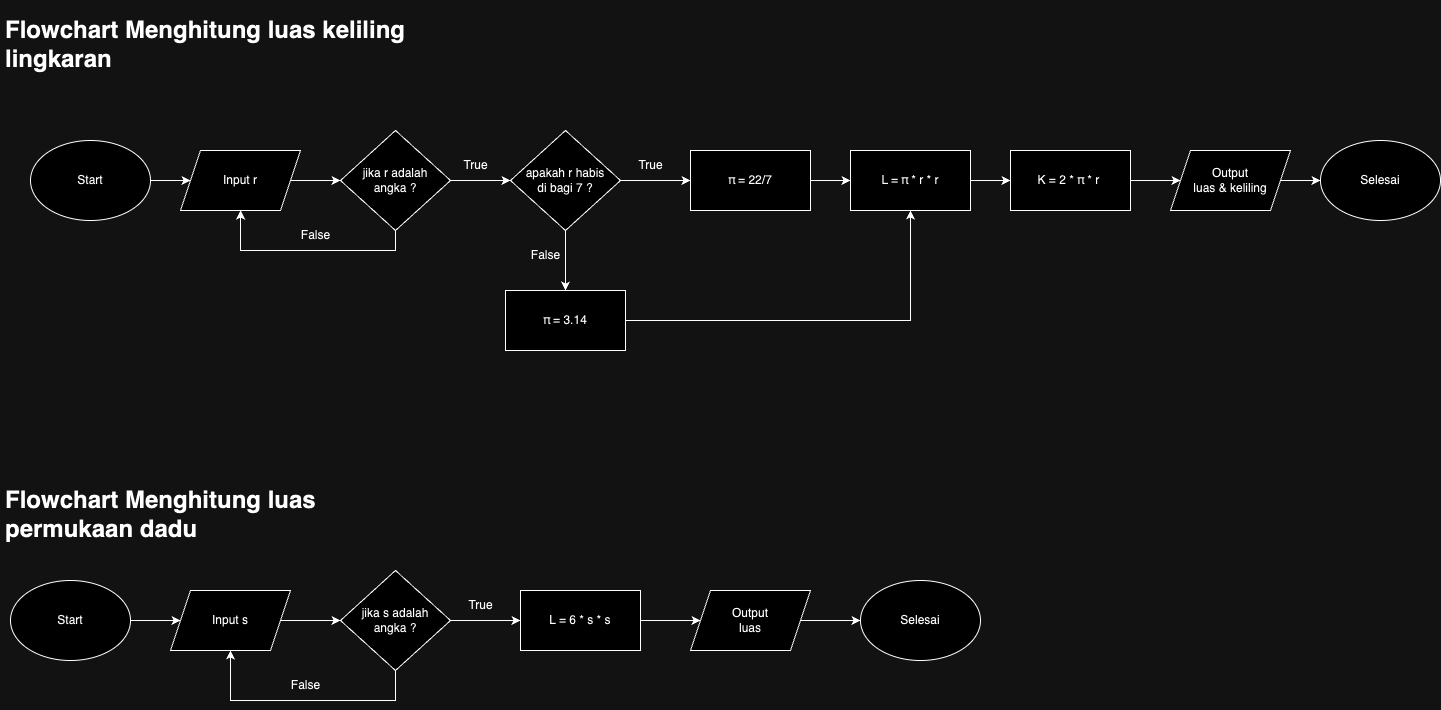
putragabrielll/fwg17-computer-science keeps this draw.io diagram as 5 Flowchart menghitung lingkaran & dadu.drawio.png. Above is the earlier version. Source tidied: cells renumbered, new cells last; positions are measured from the earlier drawing's top-left corner, leaving out a move shared by most shapes. The source it was exported from:
```xml
<mxGraphModel>
  <root>
    <mxCell id="0" />
    <mxCell id="1" parent="0" />
    <mxCell id="2" value="&lt;h1&gt;&lt;span style=&quot;background-color: initial;&quot;&gt;Flowchart Menghitung luas keliling lingkaran&lt;/span&gt;&lt;/h1&gt;" style="text;html=1;strokeColor=none;fillColor=none;spacing=5;spacingTop=-20;whiteSpace=wrap;overflow=hidden;rounded=0;align=left;" parent="1" vertex="1">
      <mxGeometry width="440" height="70" as="geometry" />
    </mxCell>
    <mxCell id="3" style="edgeStyle=orthogonalEdgeStyle;rounded=0;jettySize=auto;html=1;entryX=0;entryY=0.5;entryDx=0;entryDy=0;" parent="1" edge="1" source="4" target="6">
      <mxGeometry relative="1" as="geometry" />
    </mxCell>
    <mxCell id="4" value="Start" style="ellipse;whiteSpace=wrap;html=1;" parent="1" vertex="1">
      <mxGeometry x="30" y="130" width="120" height="80" as="geometry" />
    </mxCell>
    <mxCell id="5" style="edgeStyle=orthogonalEdgeStyle;rounded=0;jettySize=auto;html=1;entryX=0;entryY=0.5;entryDx=0;entryDy=0;" parent="1" edge="1" source="6" target="9">
      <mxGeometry relative="1" as="geometry" />
    </mxCell>
    <mxCell id="6" value="Input r" style="shape=parallelogram;perimeter=parallelogramPerimeter;whiteSpace=wrap;html=1;fixedSize=1;" parent="1" vertex="1">
      <mxGeometry x="180" y="140" width="120" height="60" as="geometry" />
    </mxCell>
    <mxCell id="7" style="edgeStyle=orthogonalEdgeStyle;rounded=0;jettySize=auto;html=1;" parent="1" edge="1" source="9" target="6">
      <mxGeometry relative="1" as="geometry">
        <Array as="points">
          <mxPoint x="395" y="240" />
          <mxPoint x="240" y="240" />
        </Array>
      </mxGeometry>
    </mxCell>
    <mxCell id="8" style="edgeStyle=orthogonalEdgeStyle;rounded=0;jettySize=auto;html=1;entryX=0;entryY=0.5;entryDx=0;entryDy=0;" parent="1" edge="1" source="9" target="15">
      <mxGeometry relative="1" as="geometry" />
    </mxCell>
    <mxCell id="9" value="jika r adalah &lt;br&gt;angka ?" style="rhombus;whiteSpace=wrap;html=1;" parent="1" vertex="1">
      <mxGeometry x="340" y="120" width="110" height="100" as="geometry" />
    </mxCell>
    <mxCell id="10" value="False" style="text;html=1;align=center;verticalAlign=middle;strokeColor=none;fillColor=none;" parent="1" vertex="1">
      <mxGeometry x="290" y="210" width="50" height="30" as="geometry" />
    </mxCell>
    <mxCell id="11" style="edgeStyle=orthogonalEdgeStyle;rounded=0;jettySize=auto;html=1;entryX=0;entryY=0.5;entryDx=0;entryDy=0;" parent="1" edge="1" source="12" target="22">
      <mxGeometry relative="1" as="geometry" />
    </mxCell>
    <mxCell id="12" value="π = 22/7" style="rounded=0;whiteSpace=wrap;html=1;" parent="1" vertex="1">
      <mxGeometry x="690" y="140" width="120" height="60" as="geometry" />
    </mxCell>
    <mxCell id="13" style="edgeStyle=orthogonalEdgeStyle;rounded=0;jettySize=auto;html=1;entryX=0.5;entryY=0;entryDx=0;entryDy=0;" parent="1" edge="1" source="15" target="18">
      <mxGeometry relative="1" as="geometry" />
    </mxCell>
    <mxCell id="14" style="edgeStyle=orthogonalEdgeStyle;rounded=0;jettySize=auto;html=1;entryX=0;entryY=0.5;entryDx=0;entryDy=0;" parent="1" edge="1" source="15" target="12">
      <mxGeometry relative="1" as="geometry" />
    </mxCell>
    <mxCell id="15" value="apakah r habis &lt;br&gt;di bagi 7 ?" style="rhombus;whiteSpace=wrap;html=1;" parent="1" vertex="1">
      <mxGeometry x="510" y="120" width="110" height="100" as="geometry" />
    </mxCell>
    <mxCell id="16" value="True" style="text;html=1;align=center;verticalAlign=middle;strokeColor=none;fillColor=none;" parent="1" vertex="1">
      <mxGeometry x="450" y="140" width="50" height="30" as="geometry" />
    </mxCell>
    <mxCell id="17" style="edgeStyle=orthogonalEdgeStyle;rounded=0;jettySize=auto;html=1;entryX=0.5;entryY=1;entryDx=0;entryDy=0;" parent="1" edge="1" source="18" target="22">
      <mxGeometry relative="1" as="geometry" />
    </mxCell>
    <mxCell id="18" value="π = 3.14" style="rounded=0;whiteSpace=wrap;html=1;" parent="1" vertex="1">
      <mxGeometry x="505" y="280" width="120" height="60" as="geometry" />
    </mxCell>
    <mxCell id="19" value="True" style="text;html=1;align=center;verticalAlign=middle;strokeColor=none;fillColor=none;" parent="1" vertex="1">
      <mxGeometry x="625" y="140" width="50" height="30" as="geometry" />
    </mxCell>
    <mxCell id="20" value="False" style="text;html=1;align=center;verticalAlign=middle;strokeColor=none;fillColor=none;" parent="1" vertex="1">
      <mxGeometry x="520" y="230" width="50" height="30" as="geometry" />
    </mxCell>
    <mxCell id="21" style="edgeStyle=orthogonalEdgeStyle;rounded=0;jettySize=auto;html=1;entryX=0;entryY=0.5;entryDx=0;entryDy=0;" parent="1" edge="1" source="22" target="24">
      <mxGeometry relative="1" as="geometry" />
    </mxCell>
    <mxCell id="22" value="L = π * r * r" style="rounded=0;whiteSpace=wrap;html=1;" parent="1" vertex="1">
      <mxGeometry x="850" y="140" width="120" height="60" as="geometry" />
    </mxCell>
    <mxCell id="23" style="edgeStyle=orthogonalEdgeStyle;rounded=0;jettySize=auto;html=1;" parent="1" edge="1" source="24">
      <mxGeometry relative="1" as="geometry">
        <mxPoint x="1180" y="170" as="targetPoint" />
      </mxGeometry>
    </mxCell>
    <mxCell id="24" value="K = 2 * π * r&amp;nbsp;" style="rounded=0;whiteSpace=wrap;html=1;" parent="1" vertex="1">
      <mxGeometry x="1010" y="140" width="120" height="60" as="geometry" />
    </mxCell>
    <mxCell id="25" style="edgeStyle=orthogonalEdgeStyle;rounded=0;jettySize=auto;html=1;entryX=0;entryY=0.5;entryDx=0;entryDy=0;" parent="1" edge="1" source="26" target="27">
      <mxGeometry relative="1" as="geometry" />
    </mxCell>
    <mxCell id="26" value="Output &lt;br&gt;luas &amp;amp; keliling" style="shape=parallelogram;perimeter=parallelogramPerimeter;whiteSpace=wrap;html=1;fixedSize=1;" parent="1" vertex="1">
      <mxGeometry x="1170" y="140" width="120" height="60" as="geometry" />
    </mxCell>
    <mxCell id="27" value="Selesai" style="ellipse;whiteSpace=wrap;html=1;" parent="1" vertex="1">
      <mxGeometry x="1320" y="130" width="120" height="80" as="geometry" />
    </mxCell>
    <mxCell id="28" value="&lt;h1&gt;&lt;span style=&quot;background-color: initial;&quot;&gt;Flowchart Menghitung luas permukaan dadu&lt;/span&gt;&lt;/h1&gt;" style="text;html=1;strokeColor=none;fillColor=none;spacing=5;spacingTop=-20;whiteSpace=wrap;overflow=hidden;rounded=0;align=left;" parent="1" vertex="1">
      <mxGeometry y="470" width="440" height="70" as="geometry" />
    </mxCell>
    <mxCell id="29" style="edgeStyle=orthogonalEdgeStyle;rounded=0;jettySize=auto;html=1;entryX=0;entryY=0.5;entryDx=0;entryDy=0;" parent="1" edge="1" source="30" target="32">
      <mxGeometry relative="1" as="geometry" />
    </mxCell>
    <mxCell id="30" value="Start" style="ellipse;whiteSpace=wrap;html=1;" parent="1" vertex="1">
      <mxGeometry x="10" y="570" width="120" height="80" as="geometry" />
    </mxCell>
    <mxCell id="31" style="edgeStyle=orthogonalEdgeStyle;rounded=0;jettySize=auto;html=1;entryX=0;entryY=0.5;entryDx=0;entryDy=0;" parent="1" edge="1" source="32" target="35">
      <mxGeometry relative="1" as="geometry" />
    </mxCell>
    <mxCell id="32" value="Input s" style="shape=parallelogram;perimeter=parallelogramPerimeter;whiteSpace=wrap;html=1;fixedSize=1;" parent="1" vertex="1">
      <mxGeometry x="170" y="580" width="120" height="60" as="geometry" />
    </mxCell>
    <mxCell id="33" style="edgeStyle=orthogonalEdgeStyle;rounded=0;jettySize=auto;html=1;entryX=0.5;entryY=1;entryDx=0;entryDy=0;" parent="1" edge="1" source="35" target="32">
      <mxGeometry relative="1" as="geometry">
        <Array as="points">
          <mxPoint x="395" y="690" />
          <mxPoint x="230" y="690" />
        </Array>
      </mxGeometry>
    </mxCell>
    <mxCell id="34" style="edgeStyle=orthogonalEdgeStyle;rounded=0;jettySize=auto;html=1;entryX=0;entryY=0.5;entryDx=0;entryDy=0;" parent="1" edge="1" source="35" target="41">
      <mxGeometry relative="1" as="geometry" />
    </mxCell>
    <mxCell id="35" value="jika s adalah &lt;br&gt;angka ?" style="rhombus;whiteSpace=wrap;html=1;" parent="1" vertex="1">
      <mxGeometry x="340" y="560" width="110" height="100" as="geometry" />
    </mxCell>
    <mxCell id="36" value="False" style="text;html=1;align=center;verticalAlign=middle;strokeColor=none;fillColor=none;" parent="1" vertex="1">
      <mxGeometry x="280" y="660" width="50" height="30" as="geometry" />
    </mxCell>
    <mxCell id="37" style="edgeStyle=orthogonalEdgeStyle;rounded=0;jettySize=auto;html=1;entryX=0;entryY=0.5;entryDx=0;entryDy=0;" parent="1" edge="1" source="38" target="39">
      <mxGeometry relative="1" as="geometry" />
    </mxCell>
    <mxCell id="38" value="Output &lt;br&gt;luas" style="shape=parallelogram;perimeter=parallelogramPerimeter;whiteSpace=wrap;html=1;fixedSize=1;" parent="1" vertex="1">
      <mxGeometry x="690" y="580" width="120" height="60" as="geometry" />
    </mxCell>
    <mxCell id="39" value="Selesai" style="ellipse;whiteSpace=wrap;html=1;" parent="1" vertex="1">
      <mxGeometry x="860" y="570" width="120" height="80" as="geometry" />
    </mxCell>
    <mxCell id="40" style="edgeStyle=orthogonalEdgeStyle;rounded=0;jettySize=auto;html=1;entryX=0;entryY=0.5;entryDx=0;entryDy=0;" parent="1" edge="1" source="41" target="38">
      <mxGeometry relative="1" as="geometry" />
    </mxCell>
    <mxCell id="41" value="L = 6 * s * s" style="rounded=0;whiteSpace=wrap;html=1;" parent="1" vertex="1">
      <mxGeometry x="520" y="580" width="120" height="60" as="geometry" />
    </mxCell>
    <mxCell id="42" value="True" style="text;html=1;align=center;verticalAlign=middle;strokeColor=none;fillColor=none;" parent="1" vertex="1">
      <mxGeometry x="455" y="580" width="50" height="30" as="geometry" />
    </mxCell>
  </root>
</mxGraphModel>
```
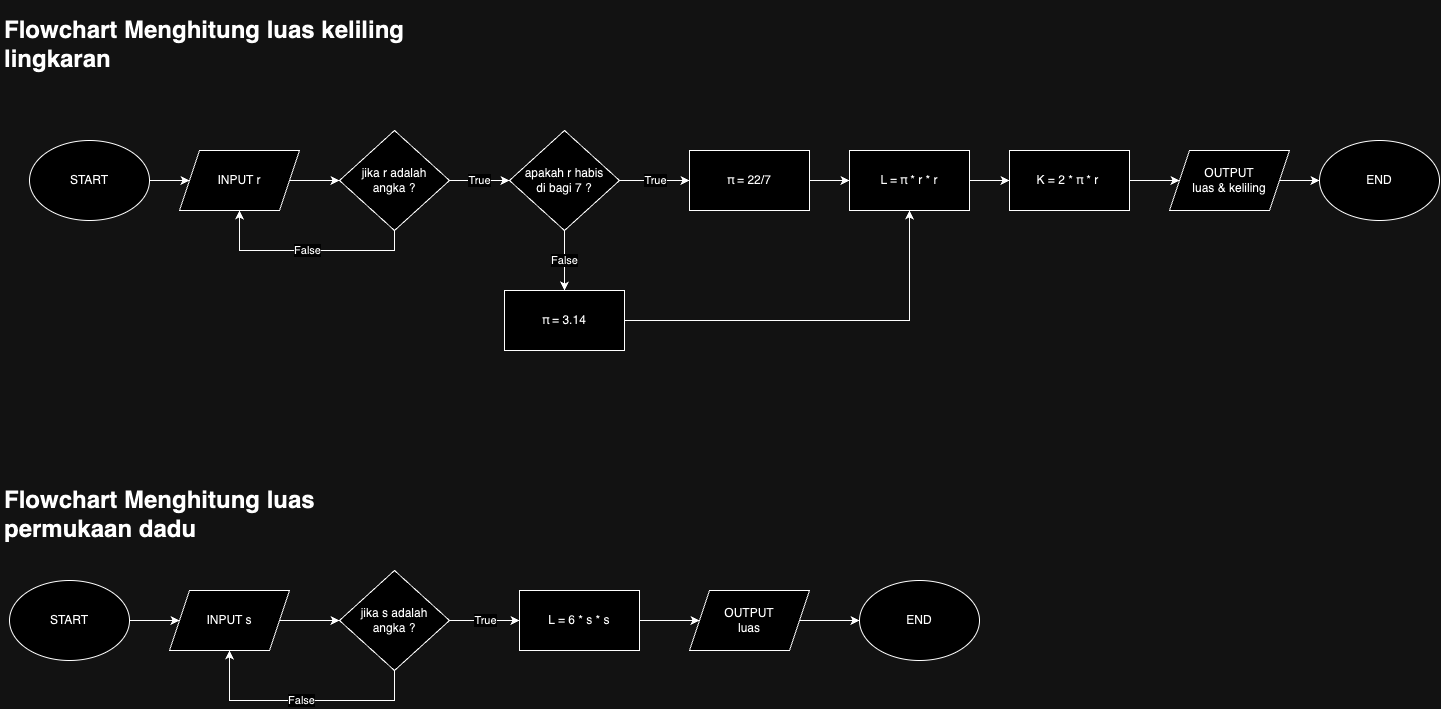
Above is the later version.

The edit, as a diff of the source:
```diff
@@ -8,16 +8,16 @@
     <mxCell id="3" style="edgeStyle=orthogonalEdgeStyle;rounded=0;jettySize=auto;html=1;entryX=0;entryY=0.5;entryDx=0;entryDy=0;" parent="1" edge="1" source="4" target="6">
       <mxGeometry relative="1" as="geometry" />
     </mxCell>
-    <mxCell id="4" value="Start" style="ellipse;whiteSpace=wrap;html=1;" parent="1" vertex="1">
+    <mxCell id="4" value="START" style="ellipse;whiteSpace=wrap;html=1;" parent="1" vertex="1">
       <mxGeometry x="30" y="130" width="120" height="80" as="geometry" />
     </mxCell>
     <mxCell id="5" style="edgeStyle=orthogonalEdgeStyle;rounded=0;jettySize=auto;html=1;entryX=0;entryY=0.5;entryDx=0;entryDy=0;" parent="1" edge="1" source="6" target="9">
       <mxGeometry relative="1" as="geometry" />
     </mxCell>
-    <mxCell id="6" value="Input r" style="shape=parallelogram;perimeter=parallelogramPerimeter;whiteSpace=wrap;html=1;fixedSize=1;" parent="1" vertex="1">
+    <mxCell id="6" value="INPUT r" style="shape=parallelogram;perimeter=parallelogramPerimeter;whiteSpace=wrap;html=1;fixedSize=1;" parent="1" vertex="1">
       <mxGeometry x="180" y="140" width="120" height="60" as="geometry" />
     </mxCell>
-    <mxCell id="7" style="edgeStyle=orthogonalEdgeStyle;rounded=0;jettySize=auto;html=1;" parent="1" edge="1" source="9" target="6">
+    <mxCell id="7" value="False" style="edgeStyle=orthogonalEdgeStyle;rounded=0;jettySize=auto;html=1;" parent="1" edge="1" source="9" target="6">
       <mxGeometry relative="1" as="geometry">
         <Array as="points">
           <mxPoint x="395" y="240" />
@@ -25,45 +25,33 @@
         </Array>
       </mxGeometry>
     </mxCell>
-    <mxCell id="8" style="edgeStyle=orthogonalEdgeStyle;rounded=0;jettySize=auto;html=1;entryX=0;entryY=0.5;entryDx=0;entryDy=0;" parent="1" edge="1" source="9" target="15">
+    <mxCell id="8" value="True" style="edgeStyle=orthogonalEdgeStyle;rounded=0;jettySize=auto;html=1;entryX=0;entryY=0.5;entryDx=0;entryDy=0;" parent="1" edge="1" source="9" target="15">
       <mxGeometry relative="1" as="geometry" />
     </mxCell>
     <mxCell id="9" value="jika r adalah &lt;br&gt;angka ?" style="rhombus;whiteSpace=wrap;html=1;" parent="1" vertex="1">
       <mxGeometry x="340" y="120" width="110" height="100" as="geometry" />
     </mxCell>
-    <mxCell id="10" value="False" style="text;html=1;align=center;verticalAlign=middle;strokeColor=none;fillColor=none;" parent="1" vertex="1">
-      <mxGeometry x="290" y="210" width="50" height="30" as="geometry" />
-    </mxCell>
     <mxCell id="11" style="edgeStyle=orthogonalEdgeStyle;rounded=0;jettySize=auto;html=1;entryX=0;entryY=0.5;entryDx=0;entryDy=0;" parent="1" edge="1" source="12" target="22">
       <mxGeometry relative="1" as="geometry" />
     </mxCell>
     <mxCell id="12" value="π = 22/7" style="rounded=0;whiteSpace=wrap;html=1;" parent="1" vertex="1">
       <mxGeometry x="690" y="140" width="120" height="60" as="geometry" />
     </mxCell>
-    <mxCell id="13" style="edgeStyle=orthogonalEdgeStyle;rounded=0;jettySize=auto;html=1;entryX=0.5;entryY=0;entryDx=0;entryDy=0;" parent="1" edge="1" source="15" target="18">
+    <mxCell id="13" value="False" style="edgeStyle=orthogonalEdgeStyle;rounded=0;jettySize=auto;html=1;entryX=0.5;entryY=0;entryDx=0;entryDy=0;" parent="1" edge="1" source="15" target="18">
       <mxGeometry relative="1" as="geometry" />
     </mxCell>
-    <mxCell id="14" style="edgeStyle=orthogonalEdgeStyle;rounded=0;jettySize=auto;html=1;entryX=0;entryY=0.5;entryDx=0;entryDy=0;" parent="1" edge="1" source="15" target="12">
+    <mxCell id="14" value="True" style="edgeStyle=orthogonalEdgeStyle;rounded=0;jettySize=auto;html=1;entryX=0;entryY=0.5;entryDx=0;entryDy=0;" parent="1" edge="1" source="15" target="12">
       <mxGeometry relative="1" as="geometry" />
     </mxCell>
     <mxCell id="15" value="apakah r habis &lt;br&gt;di bagi 7 ?" style="rhombus;whiteSpace=wrap;html=1;" parent="1" vertex="1">
       <mxGeometry x="510" y="120" width="110" height="100" as="geometry" />
     </mxCell>
-    <mxCell id="16" value="True" style="text;html=1;align=center;verticalAlign=middle;strokeColor=none;fillColor=none;" parent="1" vertex="1">
-      <mxGeometry x="450" y="140" width="50" height="30" as="geometry" />
-    </mxCell>
     <mxCell id="17" style="edgeStyle=orthogonalEdgeStyle;rounded=0;jettySize=auto;html=1;entryX=0.5;entryY=1;entryDx=0;entryDy=0;" parent="1" edge="1" source="18" target="22">
       <mxGeometry relative="1" as="geometry" />
     </mxCell>
     <mxCell id="18" value="π = 3.14" style="rounded=0;whiteSpace=wrap;html=1;" parent="1" vertex="1">
       <mxGeometry x="505" y="280" width="120" height="60" as="geometry" />
     </mxCell>
-    <mxCell id="19" value="True" style="text;html=1;align=center;verticalAlign=middle;strokeColor=none;fillColor=none;" parent="1" vertex="1">
-      <mxGeometry x="625" y="140" width="50" height="30" as="geometry" />
-    </mxCell>
-    <mxCell id="20" value="False" style="text;html=1;align=center;verticalAlign=middle;strokeColor=none;fillColor=none;" parent="1" vertex="1">
-      <mxGeometry x="520" y="230" width="50" height="30" as="geometry" />
-    </mxCell>
     <mxCell id="21" style="edgeStyle=orthogonalEdgeStyle;rounded=0;jettySize=auto;html=1;entryX=0;entryY=0.5;entryDx=0;entryDy=0;" parent="1" edge="1" source="22" target="24">
       <mxGeometry relative="1" as="geometry" />
     </mxCell>
@@ -81,10 +69,10 @@
     <mxCell id="25" style="edgeStyle=orthogonalEdgeStyle;rounded=0;jettySize=auto;html=1;entryX=0;entryY=0.5;entryDx=0;entryDy=0;" parent="1" edge="1" source="26" target="27">
       <mxGeometry relative="1" as="geometry" />
     </mxCell>
-    <mxCell id="26" value="Output &lt;br&gt;luas &amp;amp; keliling" style="shape=parallelogram;perimeter=parallelogramPerimeter;whiteSpace=wrap;html=1;fixedSize=1;" parent="1" vertex="1">
+    <mxCell id="26" value="OUTPUT&lt;br&gt;luas &amp;amp; keliling" style="shape=parallelogram;perimeter=parallelogramPerimeter;whiteSpace=wrap;html=1;fixedSize=1;" parent="1" vertex="1">
       <mxGeometry x="1170" y="140" width="120" height="60" as="geometry" />
     </mxCell>
-    <mxCell id="27" value="Selesai" style="ellipse;whiteSpace=wrap;html=1;" parent="1" vertex="1">
+    <mxCell id="27" value="END" style="ellipse;whiteSpace=wrap;html=1;" parent="1" vertex="1">
       <mxGeometry x="1320" y="130" width="120" height="80" as="geometry" />
     </mxCell>
     <mxCell id="28" value="&lt;h1&gt;&lt;span style=&quot;background-color: initial;&quot;&gt;Flowchart Menghitung luas permukaan dadu&lt;/span&gt;&lt;/h1&gt;" style="text;html=1;strokeColor=none;fillColor=none;spacing=5;spacingTop=-20;whiteSpace=wrap;overflow=hidden;rounded=0;align=left;" parent="1" vertex="1">
@@ -93,16 +81,16 @@
     <mxCell id="29" style="edgeStyle=orthogonalEdgeStyle;rounded=0;jettySize=auto;html=1;entryX=0;entryY=0.5;entryDx=0;entryDy=0;" parent="1" edge="1" source="30" target="32">
       <mxGeometry relative="1" as="geometry" />
     </mxCell>
-    <mxCell id="30" value="Start" style="ellipse;whiteSpace=wrap;html=1;" parent="1" vertex="1">
+    <mxCell id="30" value="START" style="ellipse;whiteSpace=wrap;html=1;" parent="1" vertex="1">
       <mxGeometry x="10" y="570" width="120" height="80" as="geometry" />
     </mxCell>
     <mxCell id="31" style="edgeStyle=orthogonalEdgeStyle;rounded=0;jettySize=auto;html=1;entryX=0;entryY=0.5;entryDx=0;entryDy=0;" parent="1" edge="1" source="32" target="35">
       <mxGeometry relative="1" as="geometry" />
     </mxCell>
-    <mxCell id="32" value="Input s" style="shape=parallelogram;perimeter=parallelogramPerimeter;whiteSpace=wrap;html=1;fixedSize=1;" parent="1" vertex="1">
+    <mxCell id="32" value="INPUT s" style="shape=parallelogram;perimeter=parallelogramPerimeter;whiteSpace=wrap;html=1;fixedSize=1;" parent="1" vertex="1">
       <mxGeometry x="170" y="580" width="120" height="60" as="geometry" />
     </mxCell>
-    <mxCell id="33" style="edgeStyle=orthogonalEdgeStyle;rounded=0;jettySize=auto;html=1;entryX=0.5;entryY=1;entryDx=0;entryDy=0;" parent="1" edge="1" source="35" target="32">
+    <mxCell id="33" value="False" style="edgeStyle=orthogonalEdgeStyle;rounded=0;jettySize=auto;html=1;entryX=0.5;entryY=1;entryDx=0;entryDy=0;" parent="1" edge="1" source="35" target="32">
       <mxGeometry relative="1" as="geometry">
         <Array as="points">
           <mxPoint x="395" y="690" />
@@ -110,22 +98,19 @@
         </Array>
       </mxGeometry>
     </mxCell>
-    <mxCell id="34" style="edgeStyle=orthogonalEdgeStyle;rounded=0;jettySize=auto;html=1;entryX=0;entryY=0.5;entryDx=0;entryDy=0;" parent="1" edge="1" source="35" target="41">
+    <mxCell id="34" value="True" style="edgeStyle=orthogonalEdgeStyle;rounded=0;jettySize=auto;html=1;entryX=0;entryY=0.5;entryDx=0;entryDy=0;" parent="1" edge="1" source="35" target="41">
       <mxGeometry relative="1" as="geometry" />
     </mxCell>
     <mxCell id="35" value="jika s adalah &lt;br&gt;angka ?" style="rhombus;whiteSpace=wrap;html=1;" parent="1" vertex="1">
       <mxGeometry x="340" y="560" width="110" height="100" as="geometry" />
     </mxCell>
-    <mxCell id="36" value="False" style="text;html=1;align=center;verticalAlign=middle;strokeColor=none;fillColor=none;" parent="1" vertex="1">
-      <mxGeometry x="280" y="660" width="50" height="30" as="geometry" />
-    </mxCell>
     <mxCell id="37" style="edgeStyle=orthogonalEdgeStyle;rounded=0;jettySize=auto;html=1;entryX=0;entryY=0.5;entryDx=0;entryDy=0;" parent="1" edge="1" source="38" target="39">
       <mxGeometry relative="1" as="geometry" />
     </mxCell>
-    <mxCell id="38" value="Output &lt;br&gt;luas" style="shape=parallelogram;perimeter=parallelogramPerimeter;whiteSpace=wrap;html=1;fixedSize=1;" parent="1" vertex="1">
+    <mxCell id="38" value="OUTPUT&lt;br&gt;luas" style="shape=parallelogram;perimeter=parallelogramPerimeter;whiteSpace=wrap;html=1;fixedSize=1;" parent="1" vertex="1">
       <mxGeometry x="690" y="580" width="120" height="60" as="geometry" />
     </mxCell>
-    <mxCell id="39" value="Selesai" style="ellipse;whiteSpace=wrap;html=1;" parent="1" vertex="1">
+    <mxCell id="39" value="END" style="ellipse;whiteSpace=wrap;html=1;" parent="1" vertex="1">
       <mxGeometry x="860" y="570" width="120" height="80" as="geometry" />
     </mxCell>
     <mxCell id="40" style="edgeStyle=orthogonalEdgeStyle;rounded=0;jettySize=auto;html=1;entryX=0;entryY=0.5;entryDx=0;entryDy=0;" parent="1" edge="1" source="41" target="38">
@@ -134,8 +119,5 @@
     <mxCell id="41" value="L = 6 * s * s" style="rounded=0;whiteSpace=wrap;html=1;" parent="1" vertex="1">
       <mxGeometry x="520" y="580" width="120" height="60" as="geometry" />
     </mxCell>
-    <mxCell id="42" value="True" style="text;html=1;align=center;verticalAlign=middle;strokeColor=none;fillColor=none;" parent="1" vertex="1">
-      <mxGeometry x="455" y="580" width="50" height="30" as="geometry" />
-    </mxCell>
   </root>
 </mxGraphModel>
```
